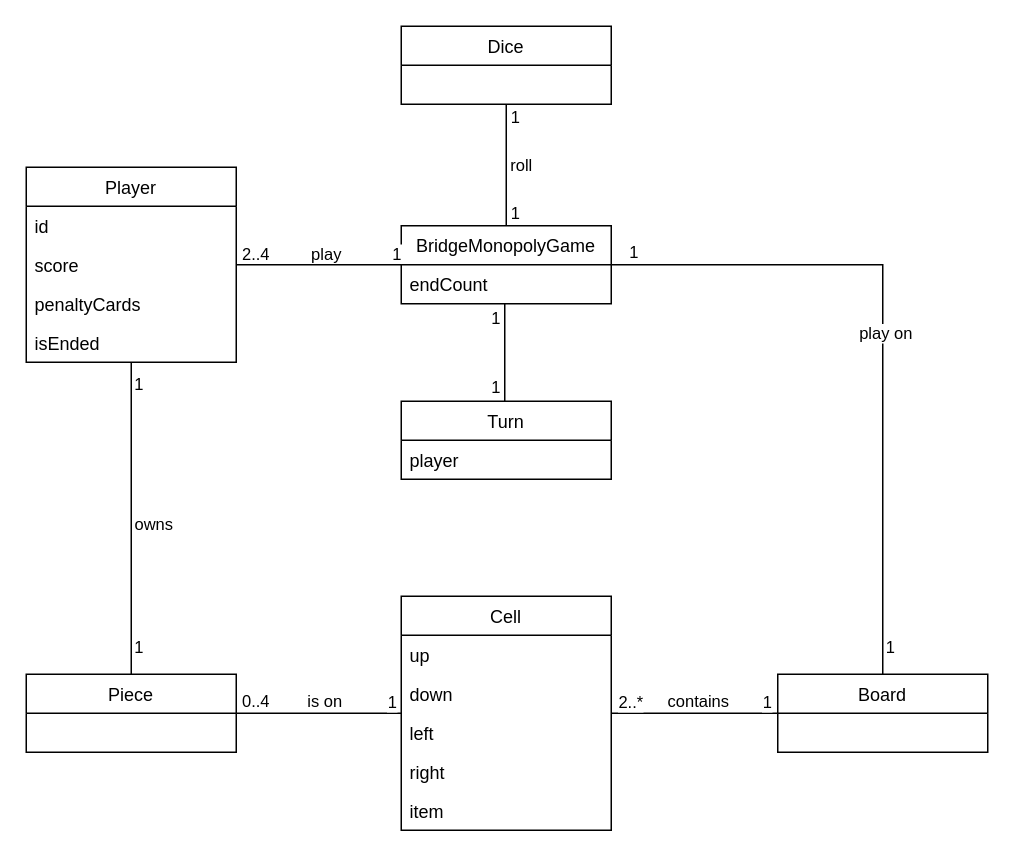
This is business_model/DomainModelDiagram.drawio from gimangi/Bridge-Monopoly, a draw.io file, before an edit. Source tidied: cells renumbered, new cells numbered last; positions are measured from the earlier drawing's top-left corner, leaving out a move shared by most shapes. Both pictures are drawn from the tidied source at 150%, with x=0, y=0 at pixel (26, 26).
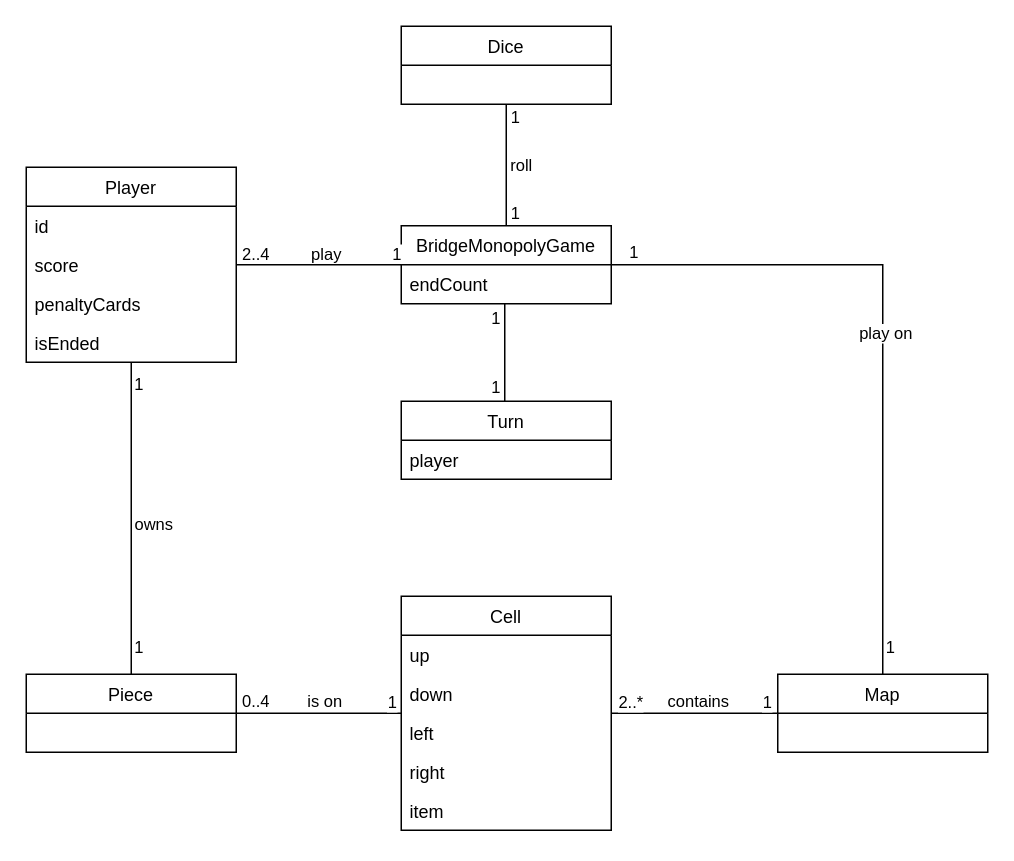
After the change.

The edit, as a diff of the source:
```diff
@@
-    <mxCell id="24" value="Board" style="swimlane;fontStyle=0;horizontal=1;startSize=26;fillColor=none;" parent="1" vertex="1">
+    <mxCell id="24" value="Map" style="swimlane;fontStyle=0;horizontal=1;startSize=26;fillColor=none;" parent="1" vertex="1">
       <mxGeometry x="501" y="432" width="140" height="52" as="geometry" />
     </mxCell>
```
